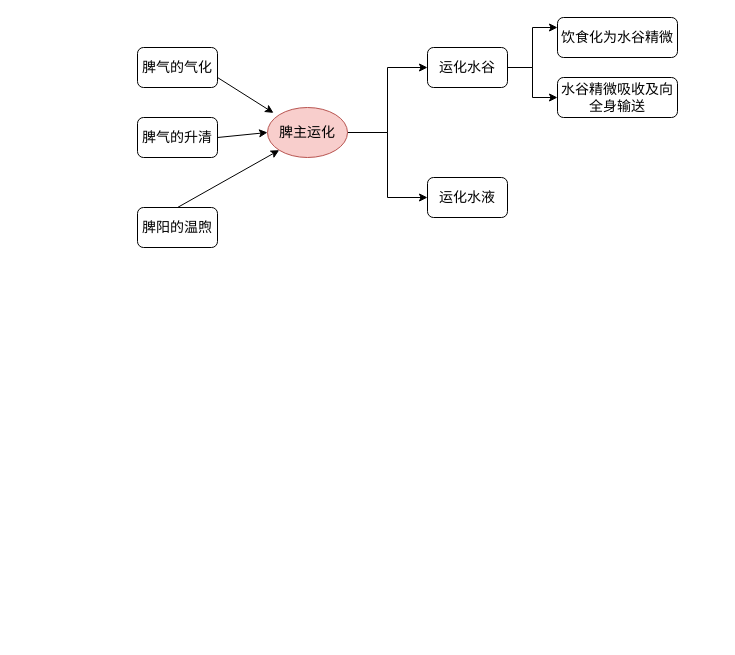
328507133/chart keeps this draw.io diagram as 医门推敲叁/中医藏象学说/藏像学说之脾/脾的主要生理功能/001脾主运化.drawio. Above is the earlier version. Source tidied: cells renumbered, new cells numbered last; positions are measured from the earlier drawing's top-left corner, leaving out a move shared by most shapes. Both pictures are drawn from the tidied source at 100%, with x=0, y=0 at pixel (137, 17).
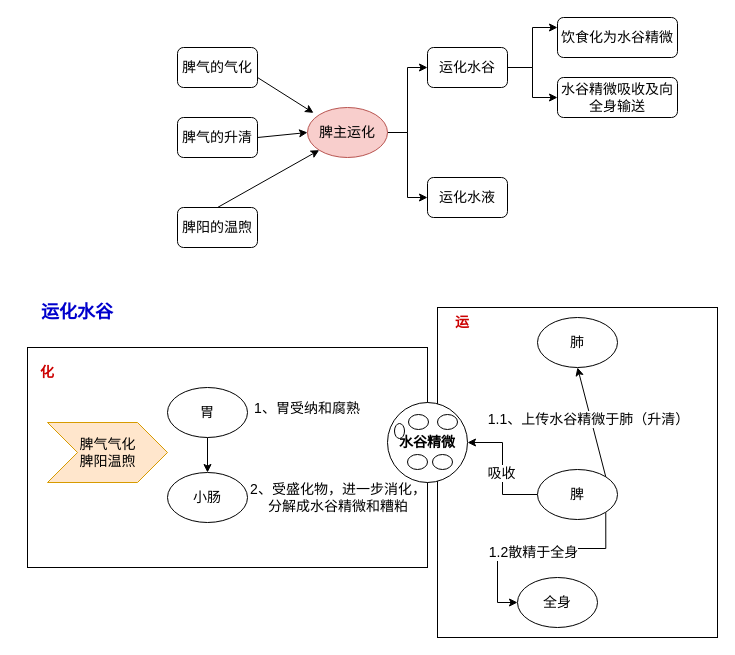
After the change.

Commit message:
更新001脾主运化.drawio

What changed in the source:
```diff
@@
+    <mxCell id="17" style="rounded=0;whiteSpace=wrap;html=1;" parent="1" vertex="1">
+      <mxGeometry x="300" y="290" width="280" height="330" as="geometry" />
+    </mxCell>
+    <mxCell id="18" style="edgeStyle=orthogonalEdgeStyle;rounded=0;jettySize=auto;html=1;exitX=0;exitY=0.5;exitDx=0;exitDy=0;" parent="1" edge="1" source="22" target="31">
+      <mxGeometry relative="1" as="geometry" />
+    </mxCell>
+    <mxCell id="19" value="吸收" style="edgeLabel;html=1;align=center;verticalAlign=middle;fontSize=14;" parent="18" vertex="1">
+      <mxGeometry x="-0.07" y="2" relative="1" as="geometry" />
+    </mxCell>
+    <mxCell id="20" style="edgeStyle=orthogonalEdgeStyle;rounded=0;jettySize=auto;html=1;exitX=1;exitY=1;exitDx=0;exitDy=0;entryX=0;entryY=0.5;entryDx=0;entryDy=0;" parent="1" edge="1" source="22" target="40">
+      <mxGeometry relative="1" as="geometry" />
+    </mxCell>
+    <mxCell id="21" value="1.2散精于全身" style="edgeLabel;html=1;align=center;verticalAlign=middle;fontSize=14;" parent="20" vertex="1">
+      <mxGeometry y="3" relative="1" as="geometry" />
+    </mxCell>
+    <mxCell id="22" value="脾" style="ellipse;whiteSpace=wrap;html=1;fontSize=14;" parent="1" vertex="1">
+      <mxGeometry x="400" y="452" width="80" height="50" as="geometry" />
+    </mxCell>
+    <mxCell id="23" style="rounded=0;whiteSpace=wrap;html=1;" parent="1" vertex="1">
+      <mxGeometry x="-110" y="330" width="400" height="220" as="geometry" />
+    </mxCell>
+    <mxCell id="24" value="脾气气化&lt;br&gt;脾阳温煦" style="html=1;shadow=0;dashed=0;align=center;verticalAlign=middle;shape=mxgraph.arrows2.arrow;dy=0;dx=30;notch=30;fillColor=#ffe6cc;strokeColor=#d79b00;fontSize=14;" parent="1" vertex="1">
+      <mxGeometry x="-90" y="405" width="120" height="60" as="geometry" />
+    </mxCell>
@@
     <mxCell id="4" value="脾主运化" style="ellipse;whiteSpace=wrap;html=1;fontSize=14;fillColor=#f8cecc;strokeColor=#b85450;" parent="1" vertex="1">
-      <mxGeometry x="130" y="90" width="80" height="50" as="geometry" />
+      <mxGeometry x="170" y="90" width="80" height="50" as="geometry" />
     </mxCell>
     <mxCell id="5" value="脾气的气化" style="rounded=1;whiteSpace=wrap;html=1;fontSize=14;" parent="1" vertex="1">
-      <mxGeometry y="30" width="80" height="40" as="geometry" />
+      <mxGeometry x="40" y="30" width="80" height="40" as="geometry" />
     </mxCell>
     <mxCell id="6" value="脾气的升清" style="rounded=1;whiteSpace=wrap;html=1;fontSize=14;" parent="1" vertex="1">
-      <mxGeometry y="100" width="80" height="40" as="geometry" />
+      <mxGeometry x="40" y="100" width="80" height="40" as="geometry" />
     </mxCell>
     <mxCell id="7" value="脾阳的温煦" style="rounded=1;whiteSpace=wrap;html=1;fontSize=14;" parent="1" vertex="1">
-      <mxGeometry y="190" width="80" height="40" as="geometry" />
+      <mxGeometry x="40" y="190" width="80" height="40" as="geometry" />
     </mxCell>
@@
     <mxCell id="9" style="endArrow=classic;html=1;rounded=0;entryX=0;entryY=0.5;entryDx=0;entryDy=0;" parent="1" edge="1" target="4">
       <mxGeometry relative="1" as="geometry">
-        <mxPoint x="80" y="120" as="sourcePoint" />
+        <mxPoint x="120" y="120" as="sourcePoint" />
       </mxGeometry>
     </mxCell>
@@
+    <mxCell id="25" style="edgeStyle=orthogonalEdgeStyle;rounded=0;jettySize=auto;html=1;exitX=0.5;exitY=1;exitDx=0;exitDy=0;entryX=0.5;entryY=0;entryDx=0;entryDy=0;" parent="1" edge="1" source="26" target="27">
+      <mxGeometry relative="1" as="geometry" />
+    </mxCell>
+    <mxCell id="26" value="胃" style="ellipse;whiteSpace=wrap;html=1;fontSize=14;" parent="1" vertex="1">
+      <mxGeometry x="30" y="370" width="80" height="50" as="geometry" />
+    </mxCell>
+    <mxCell id="27" value="小肠" style="ellipse;whiteSpace=wrap;html=1;fontSize=14;" parent="1" vertex="1">
+      <mxGeometry x="30" y="455" width="80" height="50" as="geometry" />
+    </mxCell>
+    <mxCell id="28" value="1、胃受纳和腐熟" style="text;html=1;strokeColor=none;fillColor=none;align=center;verticalAlign=middle;whiteSpace=wrap;rounded=0;fontSize=14;" parent="1" vertex="1">
+      <mxGeometry x="110" y="376" width="120" height="30" as="geometry" />
+    </mxCell>
+    <mxCell id="29" value="2、受盛化物，进一步消化，分解成水谷精微和糟粕" style="text;html=1;strokeColor=none;fillColor=none;align=center;verticalAlign=middle;whiteSpace=wrap;rounded=0;fontSize=14;" parent="1" vertex="1">
+      <mxGeometry x="111" y="467.5" width="180" height="25" as="geometry" />
+    </mxCell>
+    <mxCell id="30" value="化" style="text;html=1;strokeColor=none;fillColor=none;align=center;verticalAlign=middle;whiteSpace=wrap;rounded=0;fontSize=14;fontColor=#CC0000;fontStyle=1;" parent="1" vertex="1">
+      <mxGeometry x="-120" y="340" width="60" height="30" as="geometry" />
+    </mxCell>
+    <mxCell id="31" value="&lt;font style=&quot;font-size: 14px;&quot;&gt;&lt;b&gt;水谷精微&lt;/b&gt;&lt;/font&gt;" style="ellipse;whiteSpace=wrap;html=1;" parent="1" vertex="1">
+      <mxGeometry x="250" y="385" width="80" height="80" as="geometry" />
+    </mxCell>
+    <mxCell id="32" style="ellipse;whiteSpace=wrap;html=1;" parent="1" vertex="1">
+      <mxGeometry x="271" y="397" width="20" height="15" as="geometry" />
+    </mxCell>
+    <mxCell id="33" style="ellipse;whiteSpace=wrap;html=1;" parent="1" vertex="1">
+      <mxGeometry x="300" y="397" width="20" height="15" as="geometry" />
+    </mxCell>
+    <mxCell id="34" style="ellipse;whiteSpace=wrap;html=1;" parent="1" vertex="1">
+      <mxGeometry x="270" y="437" width="20" height="15" as="geometry" />
+    </mxCell>
+    <mxCell id="35" style="ellipse;whiteSpace=wrap;html=1;" parent="1" vertex="1">
+      <mxGeometry x="257" y="406" width="10" height="15" as="geometry" />
+    </mxCell>
+    <mxCell id="36" style="ellipse;whiteSpace=wrap;html=1;" parent="1" vertex="1">
+      <mxGeometry x="295" y="437" width="20" height="15" as="geometry" />
+    </mxCell>
+    <mxCell id="37" value="肺" style="ellipse;whiteSpace=wrap;html=1;fontSize=14;" parent="1" vertex="1">
+      <mxGeometry x="400" y="300" width="80" height="50" as="geometry" />
+    </mxCell>
+    <mxCell id="38" style="endArrow=classic;html=1;rounded=0;entryX=0.5;entryY=1;entryDx=0;entryDy=0;exitX=1;exitY=0;exitDx=0;exitDy=0;" parent="1" edge="1" source="22" target="37">
+      <mxGeometry relative="1" as="geometry" />
+    </mxCell>
+    <mxCell id="39" value="1.1、上传水谷精微于肺（升清）" style="edgeLabel;html=1;align=center;verticalAlign=middle;fontSize=14;" parent="38" vertex="1">
+      <mxGeometry x="0.08" y="3" relative="1" as="geometry" />
+    </mxCell>
+    <mxCell id="40" value="全身" style="ellipse;whiteSpace=wrap;html=1;fontSize=14;" parent="1" vertex="1">
+      <mxGeometry x="380" y="560" width="80" height="50" as="geometry" />
+    </mxCell>
+    <mxCell id="41" value="运" style="text;html=1;strokeColor=none;fillColor=none;align=center;verticalAlign=middle;whiteSpace=wrap;rounded=0;fontSize=14;fontColor=#CC0000;fontStyle=1;" parent="1" vertex="1">
+      <mxGeometry x="295" y="290" width="60" height="30" as="geometry" />
+    </mxCell>
+    <mxCell id="42" value="运化水谷" style="text;html=1;strokeColor=none;fillColor=none;align=center;verticalAlign=middle;whiteSpace=wrap;rounded=0;fontSize=18;fontStyle=1;fontColor=#0000CC;" parent="1" vertex="1">
+      <mxGeometry x="-110" y="280" width="100" height="30" as="geometry" />
+    </mxCell>
```
